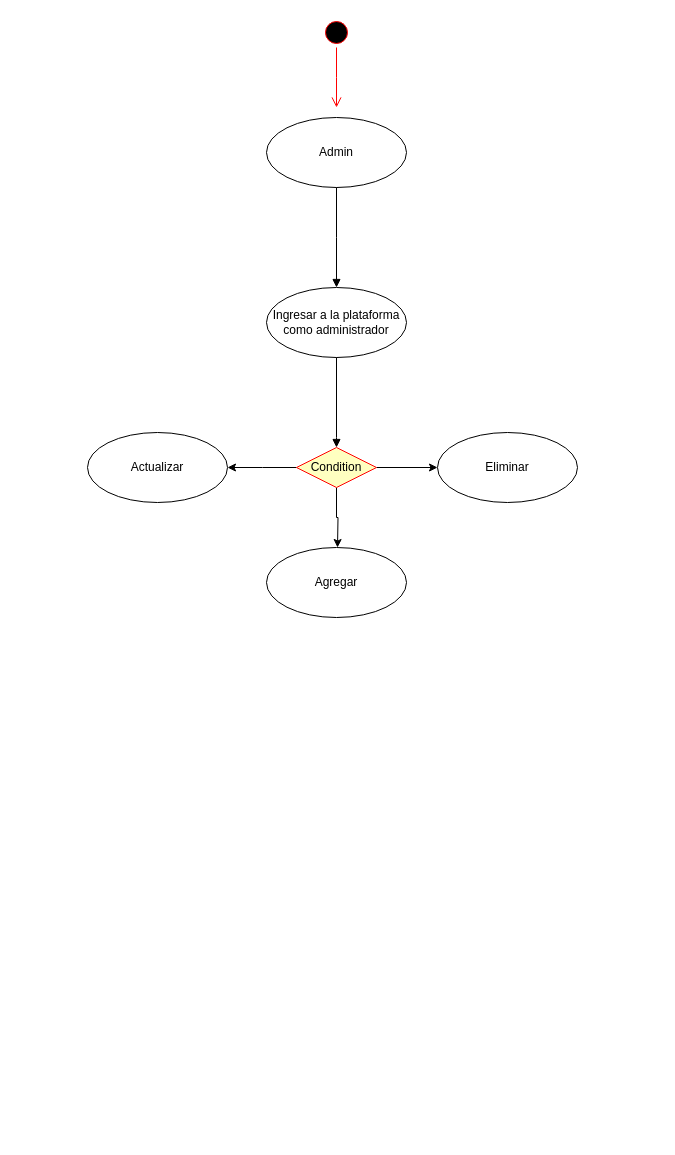
mateo1761/viernes11 keeps this draw.io diagram as Producto.drawio. Above is the earlier version. Source tidied: cells renumbered, new cells numbered last; positions are measured from the earlier drawing's top-left corner, leaving out a move shared by most shapes. Both pictures are drawn from the tidied source at 100%, with x=0, y=0 at pixel (87, 17).
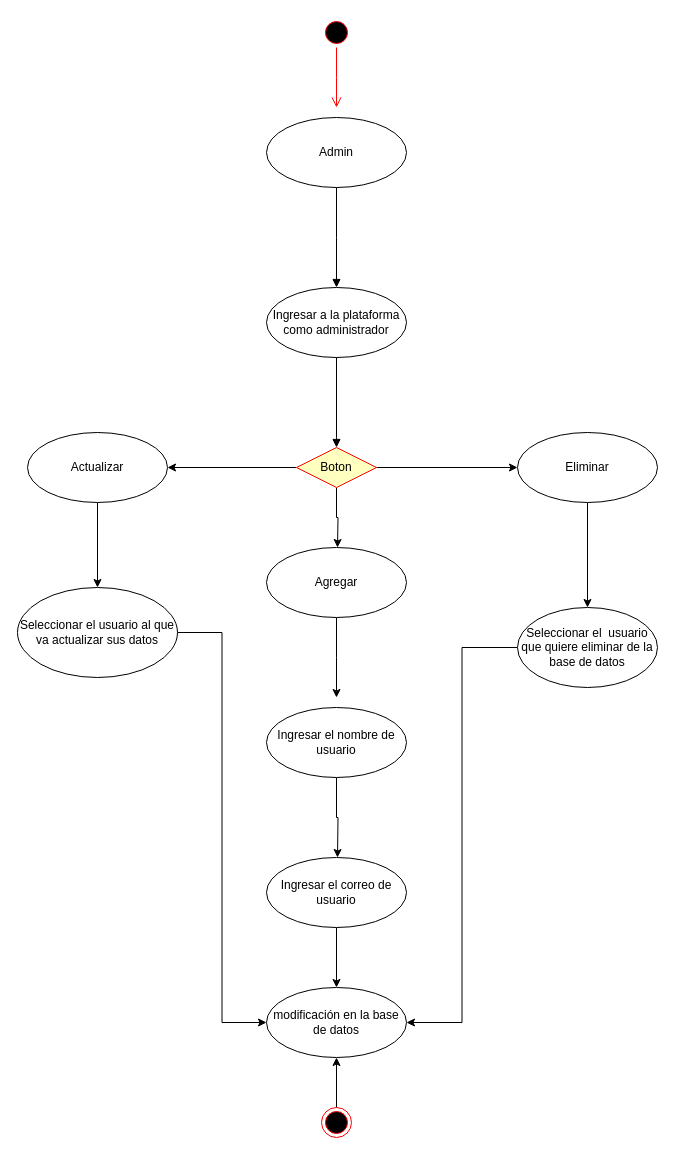
Above is the later version.

Unchanged cells that the change refers to:
```xml
<mxCell id="13" value="Agregar" style="ellipse;whiteSpace=wrap;html=1;" parent="1" vertex="1">
  <mxGeometry x="179" y="530" width="140" height="70" as="geometry" />
</mxCell>
```

What changed in the source:
```diff
@@
-    <mxCell id="8" style="edgeStyle=orthogonalEdgeStyle;rounded=0;jettySize=auto;html=1;exitX=0;exitY=0.5;exitDx=0;exitDy=0;" parent="1" edge="1" source="11">
-      <mxGeometry relative="1" as="geometry">
-        <mxPoint x="140" y="450" as="targetPoint" />
-      </mxGeometry>
+    <mxCell id="8" style="edgeStyle=orthogonalEdgeStyle;rounded=0;jettySize=auto;html=1;exitX=0;exitY=0.5;exitDx=0;exitDy=0;entryX=1;entryY=0.5;entryDx=0;entryDy=0;" parent="1" edge="1" source="11" target="14">
+      <mxGeometry relative="1" as="geometry" />
     </mxCell>
-    <mxCell id="9" style="edgeStyle=orthogonalEdgeStyle;rounded=0;jettySize=auto;html=1;exitX=1;exitY=0.5;exitDx=0;exitDy=0;" parent="1" edge="1" source="11">
-      <mxGeometry relative="1" as="geometry">
-        <mxPoint x="350" y="450" as="targetPoint" />
-      </mxGeometry>
+    <mxCell id="9" style="edgeStyle=orthogonalEdgeStyle;rounded=0;jettySize=auto;html=1;exitX=1;exitY=0.5;exitDx=0;exitDy=0;entryX=0;entryY=0.5;entryDx=0;entryDy=0;" parent="1" edge="1" source="11" target="12">
+      <mxGeometry relative="1" as="geometry" />
     </mxCell>
@@
-    <mxCell id="11" value="Condition" style="rhombus;whiteSpace=wrap;html=1;fillColor=#ffffc0;strokeColor=#ff0000;" parent="1" vertex="1">
+    <mxCell id="11" value="Boton&lt;br&gt;" style="rhombus;whiteSpace=wrap;html=1;fillColor=#ffffc0;strokeColor=#ff0000;" parent="1" vertex="1">
       <mxGeometry x="209" y="430" width="80" height="40" as="geometry" />
     </mxCell>
+    <mxCell id="15" style="edgeStyle=orthogonalEdgeStyle;rounded=0;jettySize=auto;html=1;" parent="1" edge="1" source="12">
+      <mxGeometry relative="1" as="geometry">
+        <mxPoint x="500" y="590" as="targetPoint" />
+      </mxGeometry>
+    </mxCell>
     <mxCell id="12" value="Eliminar" style="ellipse;whiteSpace=wrap;html=1;" parent="1" vertex="1">
-      <mxGeometry x="350" y="415" width="140" height="70" as="geometry" />
+      <mxGeometry x="430" y="415" width="140" height="70" as="geometry" />
     </mxCell>
+    <mxCell id="16" style="edgeStyle=orthogonalEdgeStyle;rounded=0;jettySize=auto;html=1;exitX=0.5;exitY=1;exitDx=0;exitDy=0;" parent="1" edge="1" source="13">
+      <mxGeometry relative="1" as="geometry">
+        <mxPoint x="249" y="680" as="targetPoint" />
+      </mxGeometry>
+    </mxCell>
@@
+    <mxCell id="17" style="edgeStyle=orthogonalEdgeStyle;rounded=0;jettySize=auto;html=1;entryX=0.5;entryY=0;entryDx=0;entryDy=0;" parent="1" edge="1" source="14" target="23">
+      <mxGeometry relative="1" as="geometry" />
+    </mxCell>
     <mxCell id="14" value="Actualizar" style="ellipse;whiteSpace=wrap;html=1;" parent="1" vertex="1">
-      <mxGeometry y="415" width="140" height="70" as="geometry" />
+      <mxGeometry x="-60" y="415" width="140" height="70" as="geometry" />
     </mxCell>
+    <mxCell id="18" style="edgeStyle=orthogonalEdgeStyle;rounded=0;jettySize=auto;html=1;" parent="1" edge="1" source="19">
+      <mxGeometry relative="1" as="geometry">
+        <mxPoint x="250" y="840" as="targetPoint" />
+      </mxGeometry>
+    </mxCell>
+    <mxCell id="19" value="Ingresar el nombre de usuario" style="ellipse;whiteSpace=wrap;html=1;" parent="1" vertex="1">
+      <mxGeometry x="179" y="690" width="140" height="70" as="geometry" />
+    </mxCell>
+    <mxCell id="20" style="edgeStyle=orthogonalEdgeStyle;rounded=0;jettySize=auto;html=1;entryX=1;entryY=0.5;entryDx=0;entryDy=0;" parent="1" edge="1" source="21" target="24">
+      <mxGeometry relative="1" as="geometry" />
+    </mxCell>
+    <mxCell id="21" value="Seleccionar el&amp;nbsp; usuario que quiere eliminar de la base de datos" style="ellipse;whiteSpace=wrap;html=1;" parent="1" vertex="1">
+      <mxGeometry x="430" y="590" width="140" height="80" as="geometry" />
+    </mxCell>
+    <mxCell id="22" style="edgeStyle=orthogonalEdgeStyle;rounded=0;jettySize=auto;html=1;entryX=0;entryY=0.5;entryDx=0;entryDy=0;" parent="1" edge="1" source="23" target="24">
+      <mxGeometry relative="1" as="geometry" />
+    </mxCell>
+    <mxCell id="23" value="Seleccionar el usuario al que va actualizar sus datos" style="ellipse;whiteSpace=wrap;html=1;" parent="1" vertex="1">
+      <mxGeometry x="-70" y="570" width="160" height="90" as="geometry" />
+    </mxCell>
+    <mxCell id="24" value="modificación en la base de datos" style="ellipse;whiteSpace=wrap;html=1;" parent="1" vertex="1">
+      <mxGeometry x="179" y="970" width="140" height="70" as="geometry" />
+    </mxCell>
+    <mxCell id="25" style="edgeStyle=orthogonalEdgeStyle;rounded=0;jettySize=auto;html=1;entryX=0.5;entryY=0;entryDx=0;entryDy=0;" parent="1" edge="1" source="26" target="24">
+      <mxGeometry relative="1" as="geometry" />
+    </mxCell>
+    <mxCell id="26" value="Ingresar el correo de usuario" style="ellipse;whiteSpace=wrap;html=1;" parent="1" vertex="1">
+      <mxGeometry x="179" y="840" width="140" height="70" as="geometry" />
+    </mxCell>
+    <mxCell id="27" style="edgeStyle=orthogonalEdgeStyle;rounded=0;jettySize=auto;html=1;entryX=0.5;entryY=1;entryDx=0;entryDy=0;" parent="1" edge="1" source="28" target="24">
+      <mxGeometry relative="1" as="geometry" />
+    </mxCell>
+    <mxCell id="28" style="ellipse;html=1;shape=endState;fillColor=#000000;strokeColor=#ff0000;" parent="1" vertex="1">
+      <mxGeometry x="234" y="1090" width="30" height="30" as="geometry" />
+    </mxCell>
```
